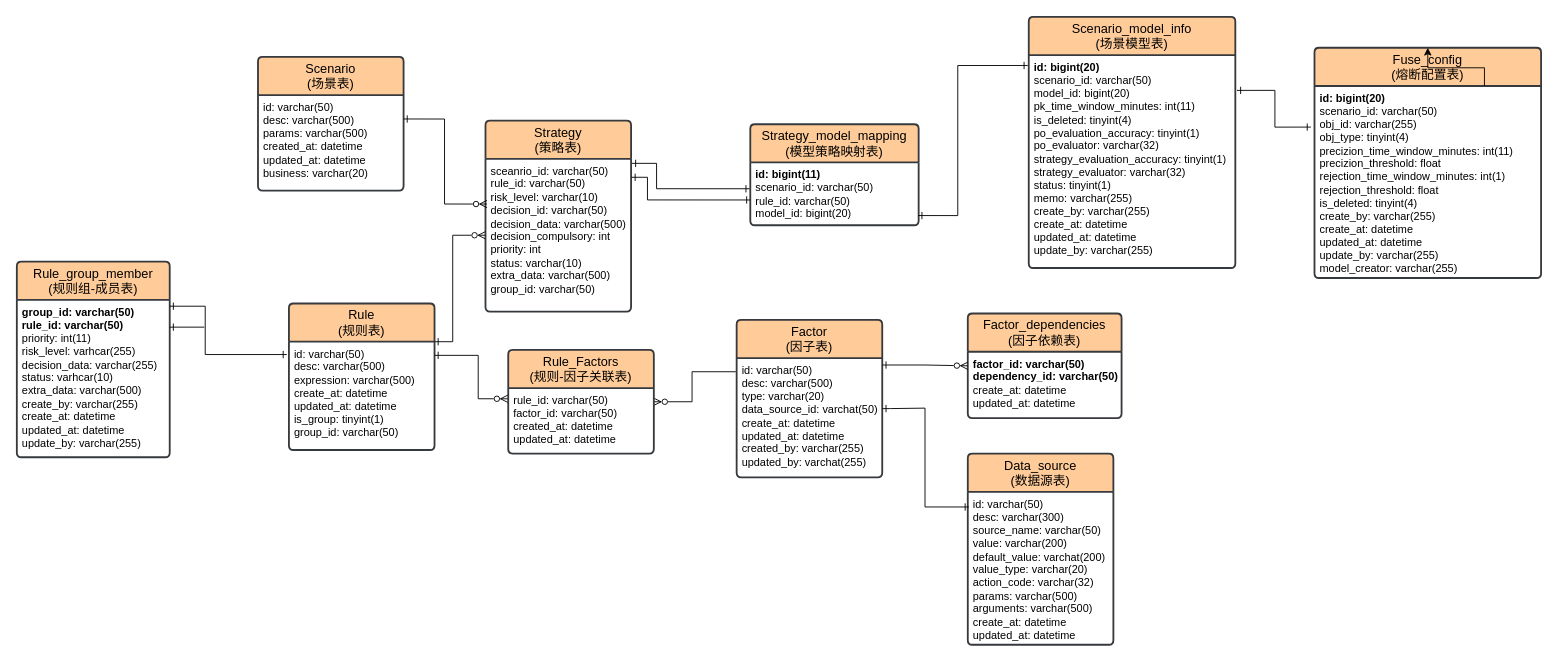
Above: moss相关.drawio in Pumpkin9841/pictures (draw.io), before the change. Source tidied: cells renumbered, new cells numbered last; positions are measured from the earlier drawing's top-left corner, leaving out a move shared by most shapes. Both pictures are drawn from the tidied source at 91%, with x=0, y=0 at pixel (16, 16).
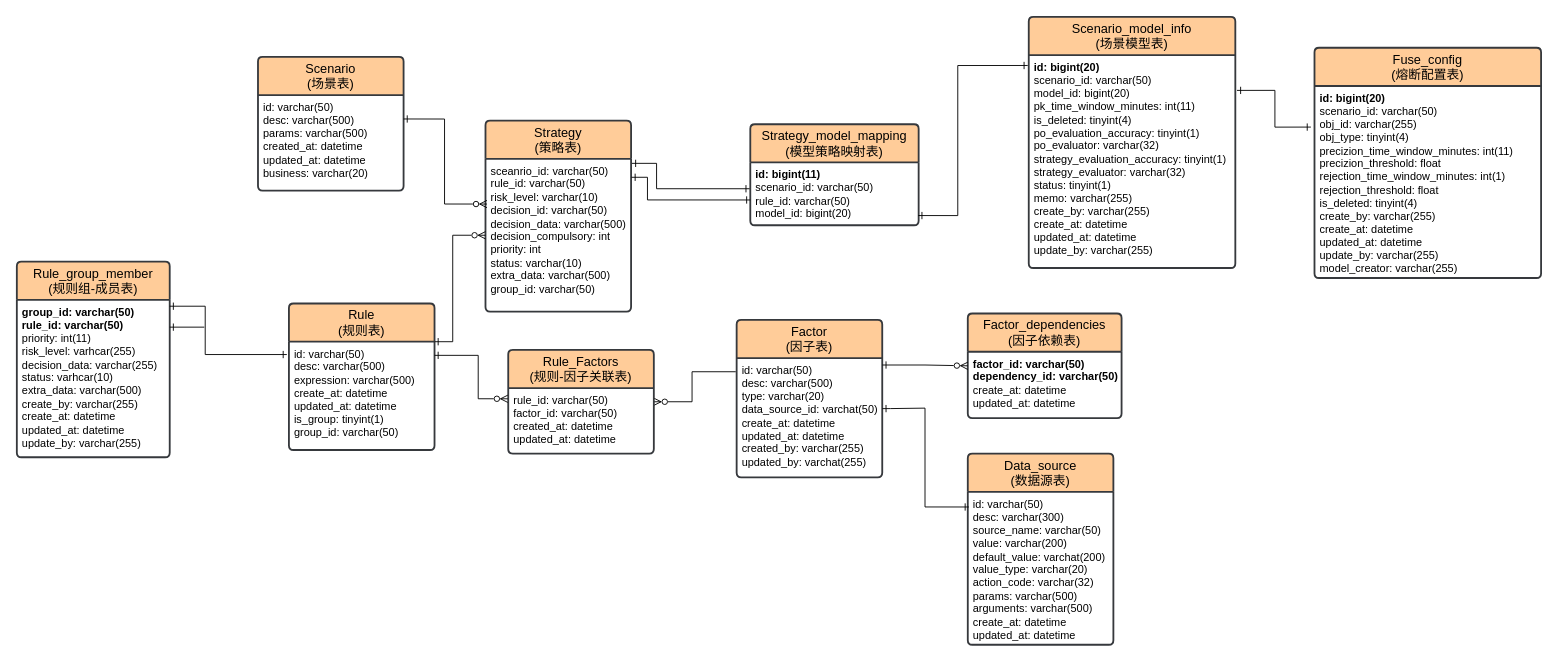
After the change.

Unchanged cells that the change refers to:
```xml
<mxCell id="27" value="Fuse_config&lt;br&gt;(熔断配置表)" style="swimlane;horizontal=1;startSize=42;rounded=1;fontSize=14;fontStyle=0;strokeWidth=2;shadow=0;dashed=0;align=center;arcSize=4;whiteSpace=wrap;html=1;fillColor=#ffcc99;strokeColor=#36393d;" parent="1" vertex="1">
  <mxGeometry x="1426" y="34" width="249" height="253" as="geometry" />
</mxCell>
<mxCell id="28" value="&lt;b&gt;id: bigint(20)&lt;br&gt;&lt;/b&gt;scenario_id: varchar(50)&lt;br&gt;obj_id: varchar(255)&lt;br&gt;obj_type: tinyint(4)&lt;br&gt;precizion_time_window_minutes: int(11)&lt;br&gt;precizion_threshold: float&lt;br&gt;rejection_time_window_minutes: int(1)&lt;br&gt;rejection_threshold: float&lt;br&gt;is_deleted: tinyint(4)&lt;br&gt;create_by: varchar(255)&lt;br style=&quot;border-color: var(--border-color);&quot;&gt;create_at: datetime&lt;br style=&quot;border-color: var(--border-color);&quot;&gt;updated_at: datetime&lt;br style=&quot;border-color: var(--border-color);&quot;&gt;update_by: varchar(255)&lt;br&gt;model_creator: varchar(255)" style="align=left;strokeColor=none;fillColor=none;spacingLeft=4;fontSize=12;verticalAlign=top;html=1;" parent="27" vertex="1">
  <mxGeometry y="42" width="249" height="211" as="geometry" />
</mxCell>
```

Diff of the diagram source:
```diff
@@
-    <mxCell id="30" style="edgeStyle=orthogonalEdgeStyle;rounded=0;jettySize=auto;html=1;exitX=0.75;exitY=0;exitDx=0;exitDy=0;" parent="27" edge="1" source="28" target="27">
-      <mxGeometry relative="1" as="geometry" />
-    </mxCell>
```
